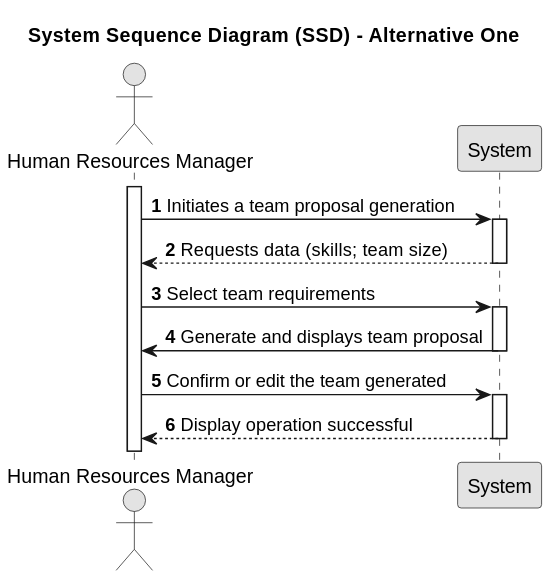
The PlantUML diagram docs/sprintA/us005/01.requirements-engineering/svg/us005-system-sequence-diagram-alternative-one.svg in SAEmanuel/Green_Spaces_Management_ISEP, before a commit.
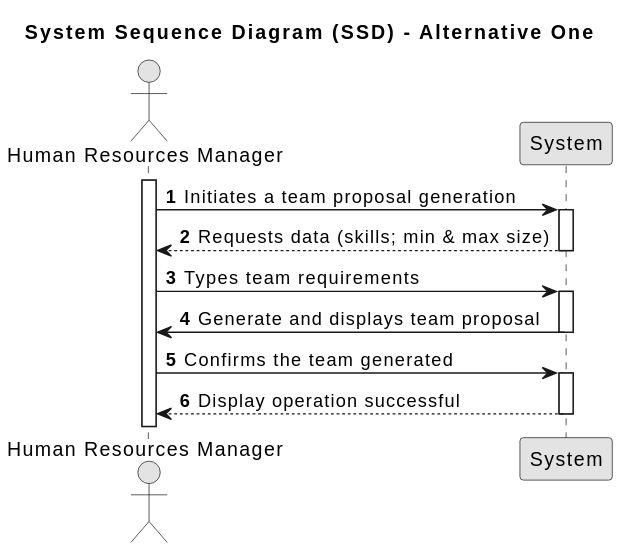
After the change.

Diff of the diagram source:
```diff
@@ -15,16 +15,16 @@
     System <- Employee : Initiates a team proposal generation
     activate System
 
-        Employee <-- System :Requests data (skills; team size)
+        Employee <-- System :Requests data (skills; min & max size)
     deactivate System
 
-    Employee -> System : Select team requirements
+    Employee -> System : Types team requirements
     activate System
 
         System -> Employee : Generate and displays team proposal
     deactivate System
 
-    Employee -> System : Confirm or edit the team generated
+    Employee -> System : Confirms the team generated
     activate System
 
         System --> Employee : Display operation successful
```
